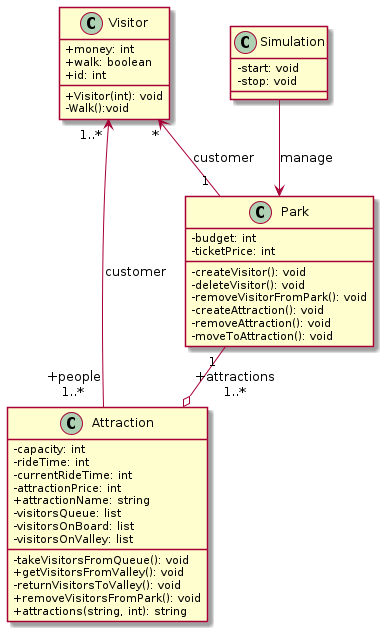
Earlier version of the PlantUML export description/images/class.png (mzhirko/amusement-park).
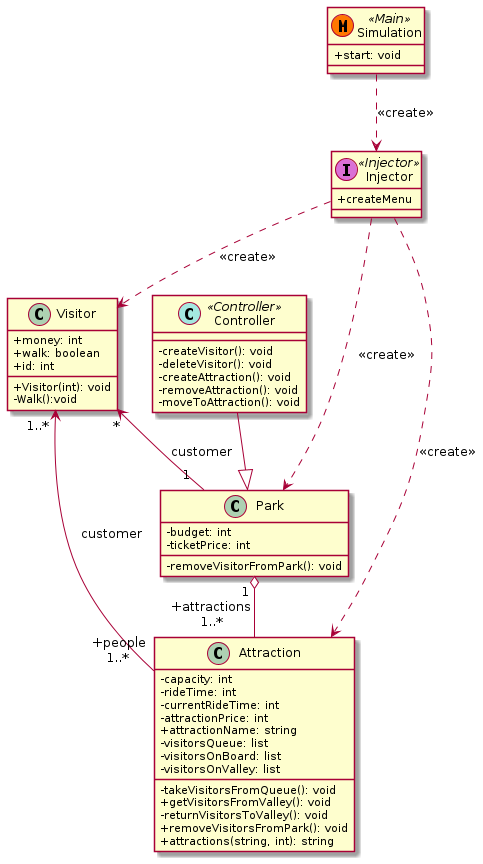
Later version of the same file.

Commit message:
Add injector and main class

What changed in the source:
```diff
@@ -2,8 +2,12 @@
 skinparam classAttributeIconSize 0
 Visitor " * " <-- " 1 " Park: customer
 Visitor " 1..* " <-- " +people\n 1..* " Attraction: customer
-Park " 1 " --o " +attractions\n 1..*" Attraction
-Simulation --> Park: manage
+Park " 1 " o-- " +attractions\n 1..*" Attraction
+Simulation ..> Injector: <<create>>
+Injector ..> Visitor: <<create>>
+Injector ..> Park: <<create>>
+Injector ..> Attraction: <<create>>
+Controller --|> Park
 
 class Visitor {
     + money: int
@@ -16,12 +20,7 @@
 class Park {
     - budget: int
     - ticketPrice: int
-    - createVisitor(): void
-    - deleteVisitor(): void
     - removeVisitorFromPark(): void
-    - createAttraction(): void
-    - removeAttraction(): void
-    - moveToAttraction(): void
 }
 
 class Attraction {
@@ -40,9 +39,21 @@
     + attractions(string, int): string
 }
 
-class Simulation {
-- start: void
-- stop: void
+
+class Simulation << (M,#FF7700) Main >> {
++ start: void
 }
 
+class Injector << (I,orchid) Injector >> {
++ createMenu
+}
+
+
+class Controller << (C,#a4e8e0) Controller >> {
+    - createVisitor(): void
+    - deleteVisitor(): void
+    - createAttraction(): void
+    - removeAttraction(): void
+    - moveToAttraction(): void
+}
 @enduml
```
